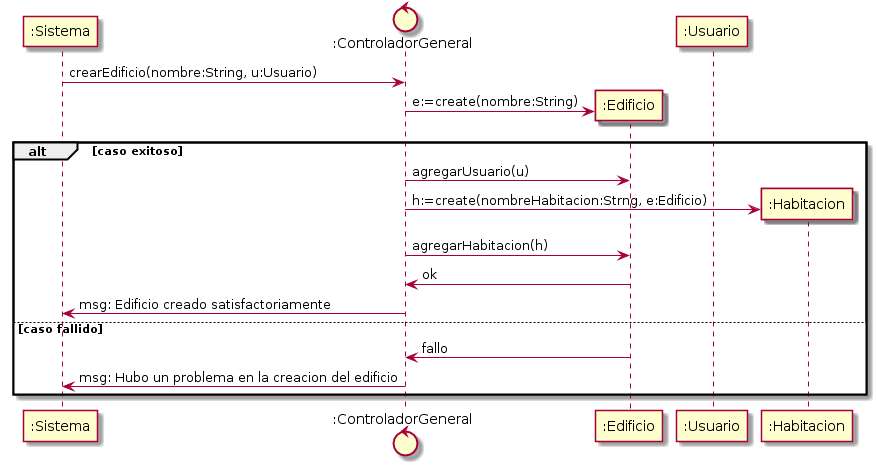
Above: Integrador/PCHouse/UMLDoc/Diagrama Secuencia Diseño/diagrama_secuencia_diseño_-_crearEdificio_-_v0-1.png in ulisescolina/UC-POOII (PlantUML), before the change. Source of this version:
```plantuml
@startuml diagrama_secuencia_diseño_-_crearEdificio_-_v0-1.png

participant ":Sistema" as S
control ":ControladorGeneral" as CG
participant ":Edificio" as E
participant ":Usuario" as U
participant ":Habitacion" as H

S -> CG: crearEdificio(nombre:String, u:Usuario)
create E
CG -> E: e:=create(nombre:String)
alt caso exitoso
  CG -> E: agregarUsuario(u)
  create H
  CG -> H: h:=create(nombreHabitacion:Strng, e:Edificio)
  CG -> E: agregarHabitacion(h)
  E -> CG: ok
  CG -> S: msg: Edificio creado satisfactoriamente
else caso fallido
  E -> CG: fallo
  CG -> S: msg: Hubo un problema en la creacion del edificio
end
@enduml
```
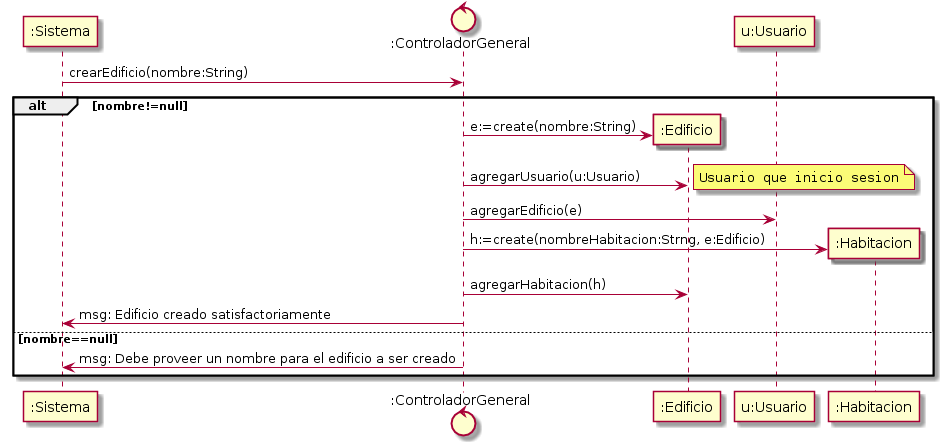
The same diagram one commit later.

Commit message:
UML: corrijo diagrama de clases, corrijo DSDs

Diff of the diagram source:
```diff
@@ -3,21 +3,26 @@
 participant ":Sistema" as S
 control ":ControladorGeneral" as CG
 participant ":Edificio" as E
-participant ":Usuario" as U
+participant "u:Usuario" as U
+note right
+	""Usuario que inicio sesion""
+end note
 participant ":Habitacion" as H
 
-S -> CG: crearEdificio(nombre:String, u:Usuario)
+S -> CG: crearEdificio(nombre:String)
+alt nombre!=null
 create E
 CG -> E: e:=create(nombre:String)
-alt caso exitoso
-  CG -> E: agregarUsuario(u)
-  create H
-  CG -> H: h:=create(nombreHabitacion:Strng, e:Edificio)
-  CG -> E: agregarHabitacion(h)
-  E -> CG: ok
-  CG -> S: msg: Edificio creado satisfactoriamente
-else caso fallido
-  E -> CG: fallo
-  CG -> S: msg: Hubo un problema en la creacion del edificio
+CG -> E: agregarUsuario(u:Usuario)
+note right
+  ""Usuario que inicio sesion""
+end note
+CG -> U: agregarEdificio(e)
+create H
+CG -> H: h:=create(nombreHabitacion:Strng, e:Edificio)
+CG -> E: agregarHabitacion(h)
+CG -> S: msg: Edificio creado satisfactoriamente
+else nombre==null
+CG -> S: msg: Debe proveer un nombre para el edificio a ser creado
 end
 @enduml
```
